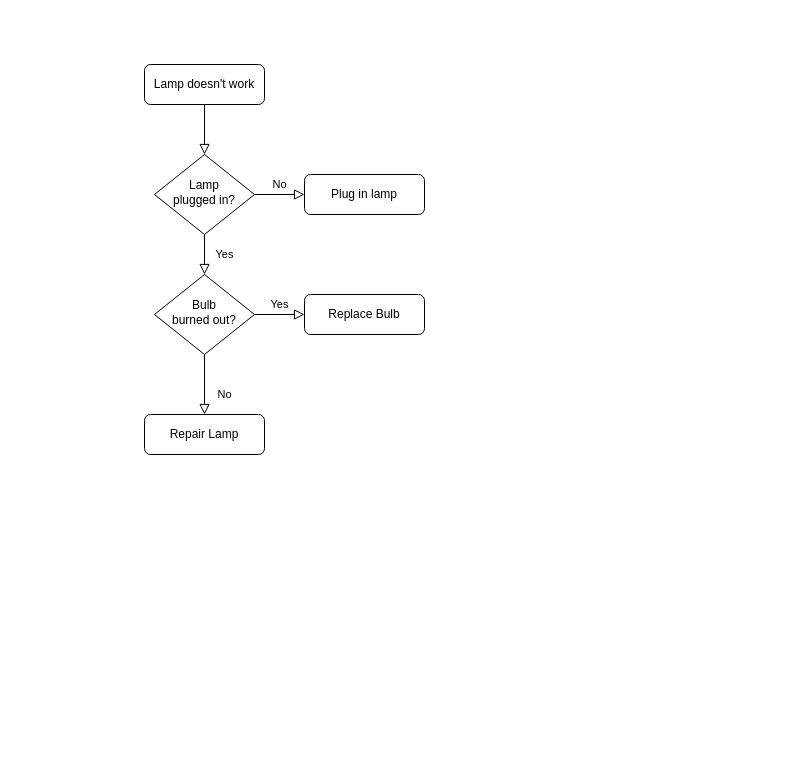
Before: Megnevezetlen diagram.drawio in zekageri/DrawIO, a draw.io diagram. Source tidied: cells renumbered, new cells numbered last; positions are measured from the earlier drawing's top-left corner, leaving out a move shared by most shapes. Both pictures are drawn from the tidied source at 100%, with x=0, y=0 at pixel (144, 64).
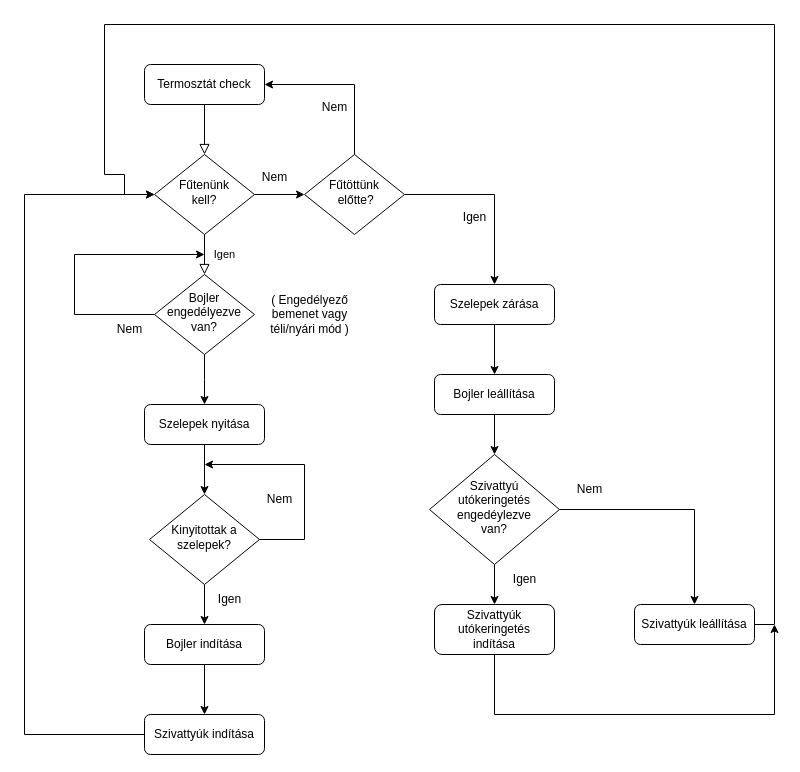
The same diagram, later.

Commit message:
Heating Diagram

Change to the diagram source:
```diff
@@
-    <mxCell id="3" value="Lamp doesn't work" style="rounded=1;whiteSpace=wrap;html=1;fontSize=12;glass=0;strokeWidth=1;shadow=0;" parent="1" vertex="1">
+    <mxCell id="3" value="Termosztát check" style="rounded=1;whiteSpace=wrap;html=1;fontSize=12;glass=0;strokeWidth=1;shadow=0;" parent="1" vertex="1">
       <mxGeometry width="120" height="40" as="geometry" />
     </mxCell>
-    <mxCell id="4" value="Yes" style="rounded=0;html=1;jettySize=auto;fontSize=11;endArrow=block;endFill=0;endSize=8;strokeWidth=1;shadow=0;labelBackgroundColor=none;edgeStyle=orthogonalEdgeStyle;" parent="1" edge="1" source="6" target="10">
+    <mxCell id="4" value="Igen" style="rounded=0;html=1;jettySize=auto;fontSize=11;endArrow=block;endFill=0;endSize=8;strokeWidth=1;shadow=0;labelBackgroundColor=none;edgeStyle=orthogonalEdgeStyle;" parent="1" edge="1" source="6" target="10">
       <mxGeometry y="20" relative="1" as="geometry" />
     </mxCell>
-    <mxCell id="5" value="No" style="edgeStyle=orthogonalEdgeStyle;rounded=0;html=1;jettySize=auto;fontSize=11;endArrow=block;endFill=0;endSize=8;strokeWidth=1;shadow=0;labelBackgroundColor=none;" parent="1" edge="1" source="6" target="7">
-      <mxGeometry y="10" relative="1" as="geometry" />
-    </mxCell>
-    <mxCell id="6" value="Lamp&lt;br&gt;plugged in?" style="rhombus;whiteSpace=wrap;html=1;shadow=0;fontFamily=Helvetica;fontSize=12;align=center;strokeWidth=1;spacing=6;spacingTop=-4;" parent="1" vertex="1">
+    <mxCell id="6" value="Fűtenünk&lt;br&gt;kell?" style="rhombus;whiteSpace=wrap;html=1;shadow=0;fontFamily=Helvetica;fontSize=12;align=center;strokeWidth=1;spacing=6;spacingTop=-4;" parent="1" vertex="1">
       <mxGeometry x="10" y="90" width="100" height="80" as="geometry" />
     </mxCell>
-    <mxCell id="7" value="Plug in lamp" style="rounded=1;whiteSpace=wrap;html=1;fontSize=12;glass=0;strokeWidth=1;shadow=0;" parent="1" vertex="1">
-      <mxGeometry x="160" y="110" width="120" height="40" as="geometry" />
-    </mxCell>
-    <mxCell id="8" value="No" style="rounded=0;html=1;jettySize=auto;fontSize=11;endArrow=block;endFill=0;endSize=8;strokeWidth=1;shadow=0;labelBackgroundColor=none;edgeStyle=orthogonalEdgeStyle;" parent="1" edge="1" source="10" target="11">
-      <mxGeometry x="0.33" y="20" relative="1" as="geometry" />
-    </mxCell>
-    <mxCell id="9" value="Yes" style="edgeStyle=orthogonalEdgeStyle;rounded=0;html=1;jettySize=auto;fontSize=11;endArrow=block;endFill=0;endSize=8;strokeWidth=1;shadow=0;labelBackgroundColor=none;" parent="1" edge="1" source="10" target="12">
-      <mxGeometry y="10" relative="1" as="geometry" />
-    </mxCell>
+    <mxCell id="13" style="edgeStyle=orthogonalEdgeStyle;rounded=0;jettySize=auto;html=1;" parent="1" edge="1" source="10">
+      <mxGeometry relative="1" as="geometry">
+        <mxPoint x="60" y="340" as="targetPoint" />
+      </mxGeometry>
+    </mxCell>
-    <mxCell id="10" value="Bulb&lt;br&gt;burned out?" style="rhombus;whiteSpace=wrap;html=1;shadow=0;fontFamily=Helvetica;fontSize=12;align=center;strokeWidth=1;spacing=6;spacingTop=-4;" parent="1" vertex="1">
+    <mxCell id="10" value="Bojler&lt;br&gt;engedélyezve van?" style="rhombus;whiteSpace=wrap;html=1;shadow=0;fontFamily=Helvetica;fontSize=12;align=center;strokeWidth=1;spacing=6;spacingTop=-4;" parent="1" vertex="1">
       <mxGeometry x="10" y="210" width="100" height="80" as="geometry" />
     </mxCell>
+    <mxCell id="14" style="edgeStyle=orthogonalEdgeStyle;rounded=0;jettySize=auto;html=1;" parent="1" edge="1" source="11" target="18">
+      <mxGeometry relative="1" as="geometry" />
+    </mxCell>
-    <mxCell id="11" value="Repair Lamp" style="rounded=1;whiteSpace=wrap;html=1;fontSize=12;glass=0;strokeWidth=1;shadow=0;" parent="1" vertex="1">
-      <mxGeometry y="350" width="120" height="40" as="geometry" />
+    <mxCell id="11" value="Szelepek nyitása" style="rounded=1;whiteSpace=wrap;html=1;fontSize=12;glass=0;strokeWidth=1;shadow=0;" parent="1" vertex="1">
+      <mxGeometry y="340" width="120" height="40" as="geometry" />
     </mxCell>
-    <mxCell id="12" value="Replace Bulb" style="rounded=1;whiteSpace=wrap;html=1;fontSize=12;glass=0;strokeWidth=1;shadow=0;" parent="1" vertex="1">
-      <mxGeometry x="160" y="230" width="120" height="40" as="geometry" />
-    </mxCell>
+    <mxCell id="15" style="endArrow=classic;html=1;rounded=0;exitX=0;exitY=0.5;exitDx=0;exitDy=0;" parent="1" edge="1" source="10">
+      <mxGeometry relative="1" as="geometry">
+        <mxPoint x="60" y="190" as="targetPoint" />
+        <Array as="points">
+          <mxPoint x="-70" y="250" />
+          <mxPoint x="-70" y="190" />
+        </Array>
+      </mxGeometry>
+    </mxCell>
+    <mxCell id="16" value="Nem" style="text;html=1;align=center;verticalAlign=middle;strokeColor=none;fillColor=none;" parent="1" vertex="1">
+      <mxGeometry x="-40" y="250" width="50" height="30" as="geometry" />
+    </mxCell>
+    <mxCell id="17" style="edgeStyle=orthogonalEdgeStyle;rounded=0;jettySize=auto;html=1;" parent="1" edge="1" source="18" target="34">
+      <mxGeometry relative="1" as="geometry" />
+    </mxCell>
+    <mxCell id="18" value="Kinyitottak a szelepek?" style="rhombus;whiteSpace=wrap;html=1;shadow=0;fontFamily=Helvetica;fontSize=12;align=center;strokeWidth=1;spacing=6;spacingTop=-4;" parent="1" vertex="1">
+      <mxGeometry x="5" y="430" width="110" height="90" as="geometry" />
+    </mxCell>
+    <mxCell id="19" style="endArrow=classic;html=1;rounded=0;exitX=1;exitY=0.5;exitDx=0;exitDy=0;" parent="1" edge="1" source="18">
+      <mxGeometry relative="1" as="geometry">
+        <mxPoint x="60" y="400" as="targetPoint" />
+        <Array as="points">
+          <mxPoint x="160" y="475" />
+          <mxPoint x="160" y="400" />
+        </Array>
+      </mxGeometry>
+    </mxCell>
+    <mxCell id="20" value="Nem" style="text;html=1;align=center;verticalAlign=middle;strokeColor=none;fillColor=none;" parent="1" vertex="1">
+      <mxGeometry x="110" y="420" width="50" height="30" as="geometry" />
+    </mxCell>
+    <mxCell id="21" style="edgeStyle=orthogonalEdgeStyle;rounded=0;jettySize=auto;html=1;entryX=0;entryY=0.5;entryDx=0;entryDy=0;" parent="1" edge="1" source="22" target="6">
+      <mxGeometry relative="1" as="geometry">
+        <Array as="points">
+          <mxPoint x="-120" y="670" />
+          <mxPoint x="-120" y="130" />
+        </Array>
+      </mxGeometry>
+    </mxCell>
+    <mxCell id="22" value="Szivattyúk indítása" style="rounded=1;whiteSpace=wrap;html=1;fontSize=12;glass=0;strokeWidth=1;shadow=0;" parent="1" vertex="1">
+      <mxGeometry y="650" width="120" height="40" as="geometry" />
+    </mxCell>
+    <mxCell id="23" value="Igen" style="text;html=1;align=center;verticalAlign=middle;strokeColor=none;fillColor=none;" parent="1" vertex="1">
+      <mxGeometry x="60" y="520" width="50" height="30" as="geometry" />
+    </mxCell>
+    <mxCell id="24" value="Fűtöttünk&lt;br&gt;&amp;nbsp;előtte?" style="rhombus;whiteSpace=wrap;html=1;shadow=0;fontFamily=Helvetica;fontSize=12;align=center;strokeWidth=1;spacing=6;spacingTop=-4;" parent="1" vertex="1">
+      <mxGeometry x="160" y="90" width="100" height="80" as="geometry" />
+    </mxCell>
+    <mxCell id="25" style="endArrow=classic;html=1;rounded=0;exitX=1;exitY=0.5;exitDx=0;exitDy=0;entryX=0;entryY=0.5;entryDx=0;entryDy=0;" parent="1" edge="1" source="6" target="24">
+      <mxGeometry relative="1" as="geometry" />
+    </mxCell>
+    <mxCell id="26" style="endArrow=classic;html=1;rounded=0;exitX=0.5;exitY=0;exitDx=0;exitDy=0;entryX=1;entryY=0.5;entryDx=0;entryDy=0;" parent="1" edge="1" source="24" target="3">
+      <mxGeometry relative="1" as="geometry">
+        <Array as="points">
+          <mxPoint x="210" y="20" />
+        </Array>
+      </mxGeometry>
+    </mxCell>
+    <mxCell id="27" value="Nem" style="text;html=1;align=center;verticalAlign=middle;strokeColor=none;fillColor=none;" parent="1" vertex="1">
+      <mxGeometry x="165" y="28" width="50" height="30" as="geometry" />
+    </mxCell>
+    <mxCell id="28" value="Nem" style="text;html=1;align=center;verticalAlign=middle;strokeColor=none;fillColor=none;" parent="1" vertex="1">
+      <mxGeometry x="105" y="98" width="50" height="30" as="geometry" />
+    </mxCell>
+    <mxCell id="29" style="edgeStyle=orthogonalEdgeStyle;rounded=0;jettySize=auto;html=1;" parent="1" edge="1" source="30" target="36">
+      <mxGeometry relative="1" as="geometry" />
+    </mxCell>
+    <mxCell id="30" value="Szelepek zárása" style="rounded=1;whiteSpace=wrap;html=1;fontSize=12;glass=0;strokeWidth=1;shadow=0;" parent="1" vertex="1">
+      <mxGeometry x="290" y="220" width="120" height="40" as="geometry" />
+    </mxCell>
+    <mxCell id="31" style="endArrow=classic;html=1;rounded=0;exitX=1;exitY=0.5;exitDx=0;exitDy=0;entryX=0.5;entryY=0;entryDx=0;entryDy=0;" parent="1" edge="1" source="24" target="30">
+      <mxGeometry relative="1" as="geometry">
+        <Array as="points">
+          <mxPoint x="350" y="130" />
+        </Array>
+      </mxGeometry>
+    </mxCell>
+    <mxCell id="32" value="Igen" style="text;html=1;align=center;verticalAlign=middle;strokeColor=none;fillColor=none;" parent="1" vertex="1">
+      <mxGeometry x="305" y="138" width="50" height="30" as="geometry" />
+    </mxCell>
+    <mxCell id="33" style="edgeStyle=orthogonalEdgeStyle;rounded=0;jettySize=auto;html=1;" parent="1" edge="1" source="34" target="22">
+      <mxGeometry relative="1" as="geometry" />
+    </mxCell>
+    <mxCell id="34" value="Bojler indítása" style="rounded=1;whiteSpace=wrap;html=1;fontSize=12;glass=0;strokeWidth=1;shadow=0;" parent="1" vertex="1">
+      <mxGeometry y="560" width="120" height="40" as="geometry" />
+    </mxCell>
+    <mxCell id="35" style="edgeStyle=orthogonalEdgeStyle;rounded=0;jettySize=auto;html=1;" parent="1" edge="1" source="36" target="38">
+      <mxGeometry relative="1" as="geometry" />
+    </mxCell>
+    <mxCell id="36" value="Bojler leállítása" style="rounded=1;whiteSpace=wrap;html=1;fontSize=12;glass=0;strokeWidth=1;shadow=0;" parent="1" vertex="1">
+      <mxGeometry x="290" y="310" width="120" height="40" as="geometry" />
+    </mxCell>
+    <mxCell id="37" style="edgeStyle=orthogonalEdgeStyle;rounded=0;jettySize=auto;html=1;" parent="1" edge="1" source="38" target="40">
+      <mxGeometry relative="1" as="geometry" />
+    </mxCell>
+    <mxCell id="38" value="Szivattyú&lt;br&gt;utókeringetés&lt;br&gt;engedéylezve&lt;br&gt;van?" style="rhombus;whiteSpace=wrap;html=1;shadow=0;fontFamily=Helvetica;fontSize=12;align=center;strokeWidth=1;spacing=6;spacingTop=-4;" parent="1" vertex="1">
+      <mxGeometry x="285" y="390" width="130" height="110" as="geometry" />
+    </mxCell>
+    <mxCell id="39" style="edgeStyle=orthogonalEdgeStyle;rounded=0;jettySize=auto;html=1;" parent="1" edge="1" source="40">
+      <mxGeometry relative="1" as="geometry">
+        <mxPoint x="630" y="560" as="targetPoint" />
+        <Array as="points">
+          <mxPoint x="350" y="650" />
+          <mxPoint x="630" y="650" />
+        </Array>
+      </mxGeometry>
+    </mxCell>
+    <mxCell id="40" value="Szivattyúk utókeringetés&lt;br&gt;indítása" style="rounded=1;whiteSpace=wrap;html=1;fontSize=12;glass=0;strokeWidth=1;shadow=0;" parent="1" vertex="1">
+      <mxGeometry x="290" y="540" width="120" height="50" as="geometry" />
+    </mxCell>
+    <mxCell id="41" style="edgeStyle=orthogonalEdgeStyle;rounded=0;jettySize=auto;html=1;exitX=1;exitY=0.5;exitDx=0;exitDy=0;" parent="1" edge="1" source="42">
+      <mxGeometry relative="1" as="geometry">
+        <mxPoint x="10" y="130" as="targetPoint" />
+        <Array as="points">
+          <mxPoint x="630" y="560" />
+          <mxPoint x="630" y="-40" />
+          <mxPoint x="-40" y="-40" />
+          <mxPoint x="-40" y="110" />
+          <mxPoint x="-20" y="110" />
+          <mxPoint x="-20" y="130" />
+        </Array>
+      </mxGeometry>
+    </mxCell>
+    <mxCell id="42" value="Szivattyúk leállítása" style="rounded=1;whiteSpace=wrap;html=1;fontSize=12;glass=0;strokeWidth=1;shadow=0;" parent="1" vertex="1">
+      <mxGeometry x="490" y="540" width="120" height="40" as="geometry" />
+    </mxCell>
+    <mxCell id="43" style="endArrow=classic;html=1;rounded=0;exitX=1;exitY=0.5;exitDx=0;exitDy=0;entryX=0.5;entryY=0;entryDx=0;entryDy=0;" parent="1" edge="1" source="38" target="42">
+      <mxGeometry relative="1" as="geometry">
+        <Array as="points">
+          <mxPoint x="550" y="445" />
+        </Array>
+      </mxGeometry>
+    </mxCell>
+    <mxCell id="44" value="Igen" style="text;html=1;align=center;verticalAlign=middle;strokeColor=none;fillColor=none;" parent="1" vertex="1">
+      <mxGeometry x="355" y="500" width="50" height="30" as="geometry" />
+    </mxCell>
+    <mxCell id="45" value="Nem" style="text;html=1;align=center;verticalAlign=middle;strokeColor=none;fillColor=none;" parent="1" vertex="1">
+      <mxGeometry x="420" y="410" width="50" height="30" as="geometry" />
+    </mxCell>
+    <mxCell id="46" value="( Engedélyező &lt;br&gt;bemenet vagy&lt;br&gt;téli/nyári mód )" style="text;html=1;align=center;verticalAlign=middle;strokeColor=none;fillColor=none;" parent="1" vertex="1">
+      <mxGeometry x="115" y="220" width="100" height="60" as="geometry" />
+    </mxCell>
```
